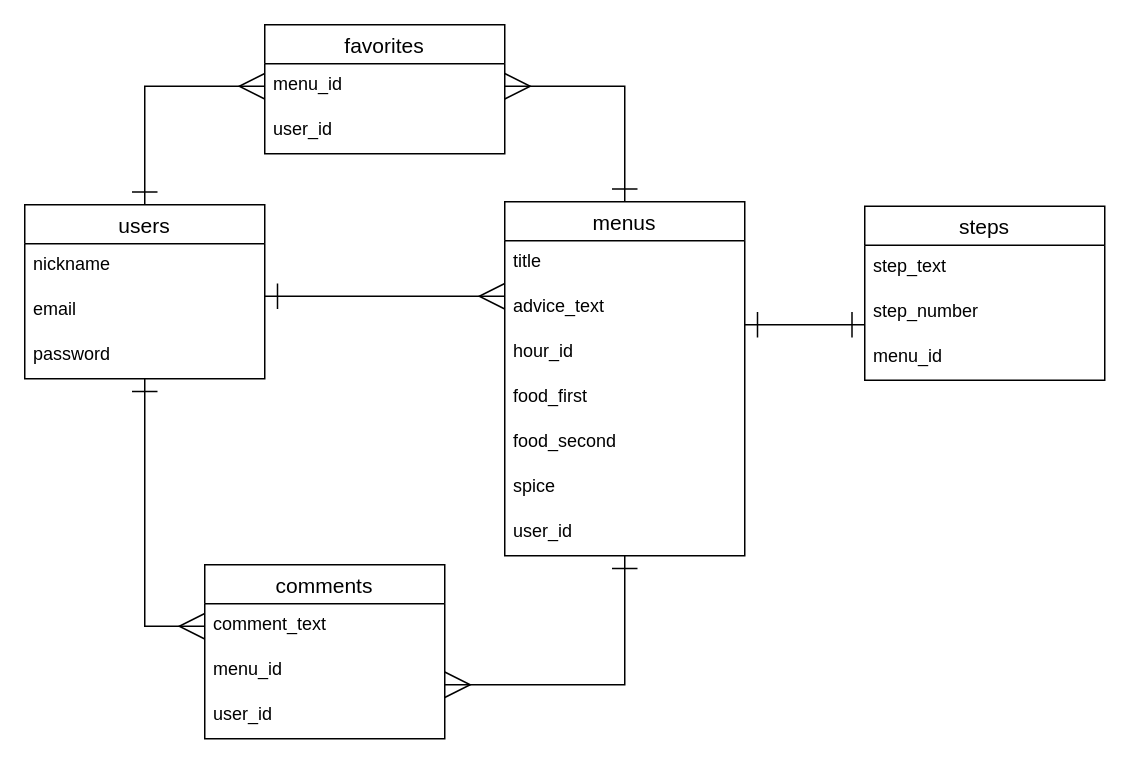
dokasu18/original keeps this draw.io diagram as original.dio. Above is the earlier version. Source tidied: cells renumbered, new cells numbered last; positions are measured from the earlier drawing's top-left corner, leaving out a move shared by most shapes. Both pictures are drawn from the tidied source at 150%, with x=0, y=0 at pixel (24, 24).
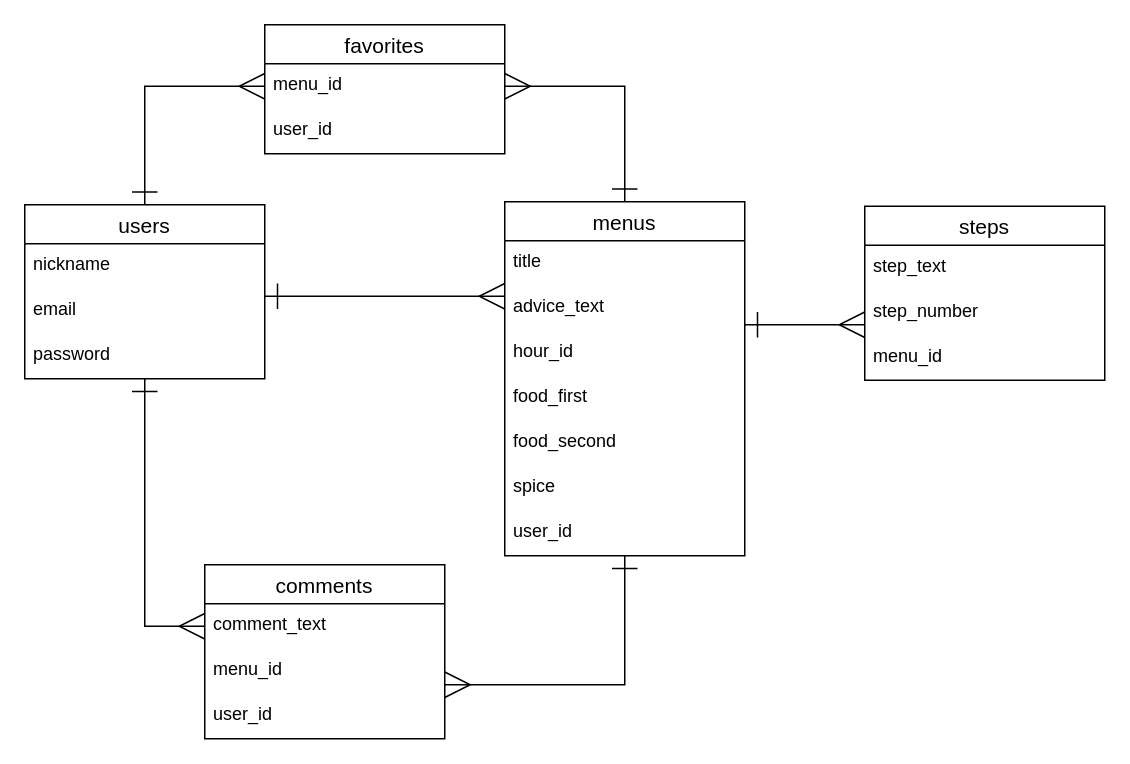
The same diagram, later.

The edit, as a diff of the source:
```diff
@@
-    <mxCell id="28" style="edgeStyle=entityRelationEdgeStyle;fontSize=12;html=1;endArrow=ERone;startArrow=ERone;entryX=0;entryY=0.8;entryDx=0;entryDy=0;entryPerimeter=0;startFill=0;endFill=0;endSize=15;startSize=15;" parent="1" edge="1">
+    <mxCell id="28" style="edgeStyle=entityRelationEdgeStyle;fontSize=12;html=1;endArrow=ERmany;startArrow=ERone;entryX=0;entryY=0.8;entryDx=0;entryDy=0;entryPerimeter=0;startFill=0;endFill=0;endSize=15;startSize=15;" parent="1" edge="1">
       <mxGeometry relative="1" as="geometry">
         <mxPoint x="480" y="200" as="sourcePoint" />
         <mxPoint x="560" y="200" as="targetPoint" />
       </mxGeometry>
     </mxCell>
```
